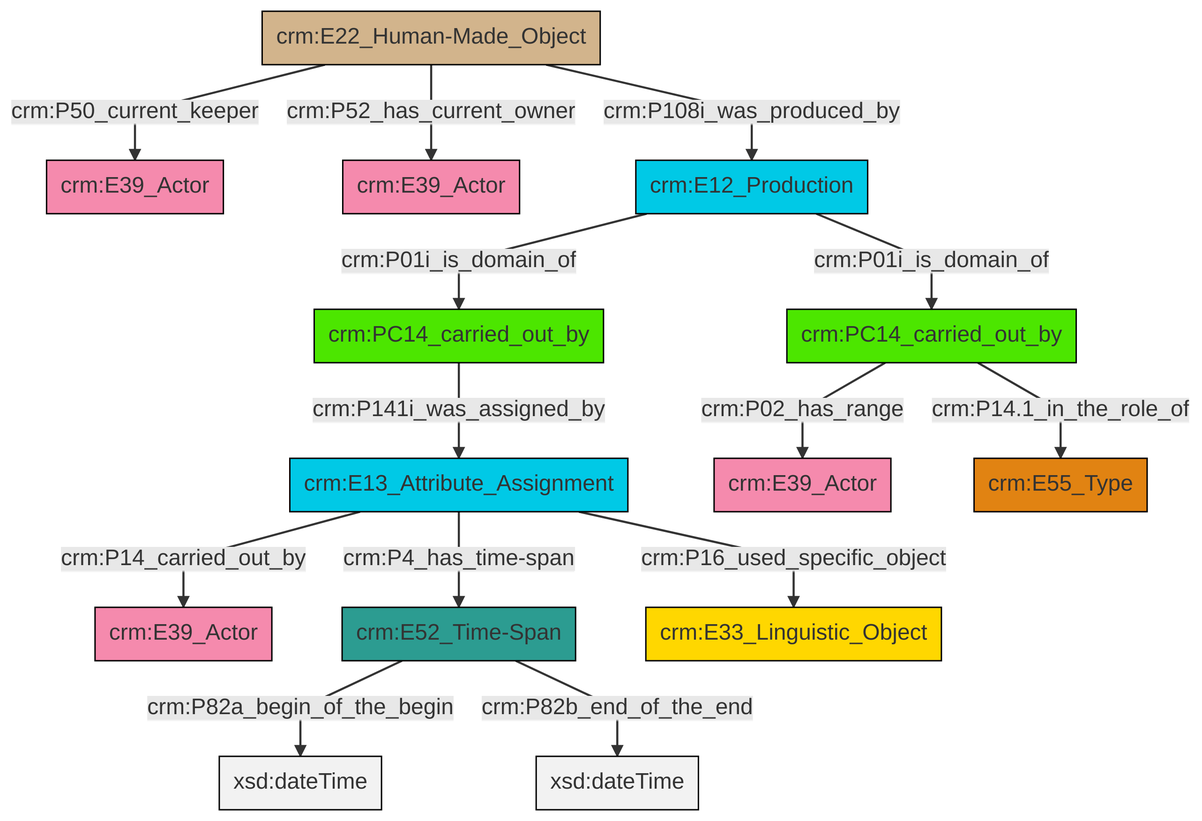
Above: et/carrierCSV/ttl/mmd/png/carrier_relations.png in swiss-art-research-net/docs.swissartresearch (Mermaid), before the change. Its source is kept beside it as et/carrierCSV/ttl/mmd/carrier_relations.ttl.mmd.
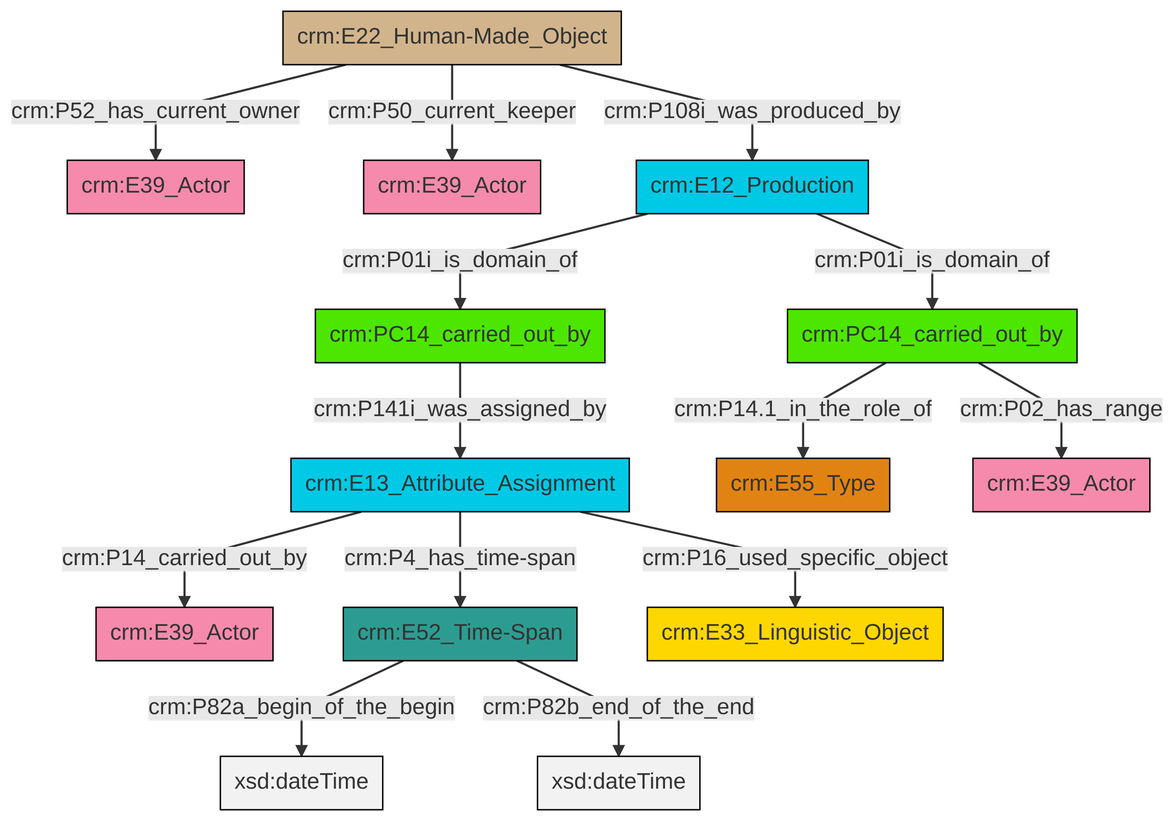
After the change.

The edit, as a diff of the source:
```diff
@@ -13,16 +13,16 @@
 classDef PC_Classes fill:#4ce600, stroke:#000000;
 classDef Multi fill:#cccccc,stroke:#000000;
 
-0["crm:E22_Human-Made_Object"]:::Physical_Thing -->|crm:P50_current_keeper| 1["crm:E39_Actor"]:::Actor
-2["crm:E52_Time-Span"]:::Time-Span -->|crm:P82a_begin_of_the_begin| 3[xsd:dateTime]:::Literal
-0["crm:E22_Human-Made_Object"]:::Physical_Thing -->|crm:P52_has_current_owner| 4["crm:E39_Actor"]:::Actor
-6["crm:PC14_carried_out_by"]:::PC_Classes -->|crm:P02_has_range| 7["crm:E39_Actor"]:::Actor
-8["crm:PC14_carried_out_by"]:::PC_Classes -->|crm:P141i_was_assigned_by| 9["crm:E13_Attribute_Assignment"]:::Temporal_Entity
-2["crm:E52_Time-Span"]:::Time-Span -->|crm:P82b_end_of_the_end| 10[xsd:dateTime]:::Literal
-11["crm:E12_Production"]:::Temporal_Entity -->|crm:P01i_is_domain_of| 8["crm:PC14_carried_out_by"]:::PC_Classes
+2["crm:PC14_carried_out_by"]:::PC_Classes -->|crm:P14.1_in_the_role_of| 3["crm:E55_Type"]:::Type
+4["crm:E22_Human-Made_Object"]:::Physical_Thing -->|crm:P52_has_current_owner| 0["crm:E39_Actor"]:::Actor
+5["crm:E12_Production"]:::Temporal_Entity -->|crm:P01i_is_domain_of| 11["crm:PC14_carried_out_by"]:::PC_Classes
 9["crm:E13_Attribute_Assignment"]:::Temporal_Entity -->|crm:P14_carried_out_by| 12["crm:E39_Actor"]:::Actor
-11["crm:E12_Production"]:::Temporal_Entity -->|crm:P01i_is_domain_of| 6["crm:PC14_carried_out_by"]:::PC_Classes
-6["crm:PC14_carried_out_by"]:::PC_Classes -->|crm:P14.1_in_the_role_of| 13["crm:E55_Type"]:::Type
-0["crm:E22_Human-Made_Object"]:::Physical_Thing -->|crm:P108i_was_produced_by| 11["crm:E12_Production"]:::Temporal_Entity
-9["crm:E13_Attribute_Assignment"]:::Temporal_Entity -->|crm:P4_has_time-span| 2["crm:E52_Time-Span"]:::Time-Span
-9["crm:E13_Attribute_Assignment"]:::Temporal_Entity -->|crm:P16_used_specific_object| 19["crm:E33_Linguistic_Object"]:::Conceptual_Object
+2["crm:PC14_carried_out_by"]:::PC_Classes -->|crm:P02_has_range| 13["crm:E39_Actor"]:::Actor
+9["crm:E13_Attribute_Assignment"]:::Temporal_Entity -->|crm:P4_has_time-span| 7["crm:E52_Time-Span"]:::Time-Span
+5["crm:E12_Production"]:::Temporal_Entity -->|crm:P01i_is_domain_of| 2["crm:PC14_carried_out_by"]:::PC_Classes
+11["crm:PC14_carried_out_by"]:::PC_Classes -->|crm:P141i_was_assigned_by| 9["crm:E13_Attribute_Assignment"]:::Temporal_Entity
+9["crm:E13_Attribute_Assignment"]:::Temporal_Entity -->|crm:P16_used_specific_object| 14["crm:E33_Linguistic_Object"]:::Conceptual_Object
+4["crm:E22_Human-Made_Object"]:::Physical_Thing -->|crm:P50_current_keeper| 16["crm:E39_Actor"]:::Actor
+4["crm:E22_Human-Made_Object"]:::Physical_Thing -->|crm:P108i_was_produced_by| 5["crm:E12_Production"]:::Temporal_Entity
+7["crm:E52_Time-Span"]:::Time-Span -->|crm:P82a_begin_of_the_begin| 20[xsd:dateTime]:::Literal
+7["crm:E52_Time-Span"]:::Time-Span -->|crm:P82b_end_of_the_end| 24[xsd:dateTime]:::Literal
```
